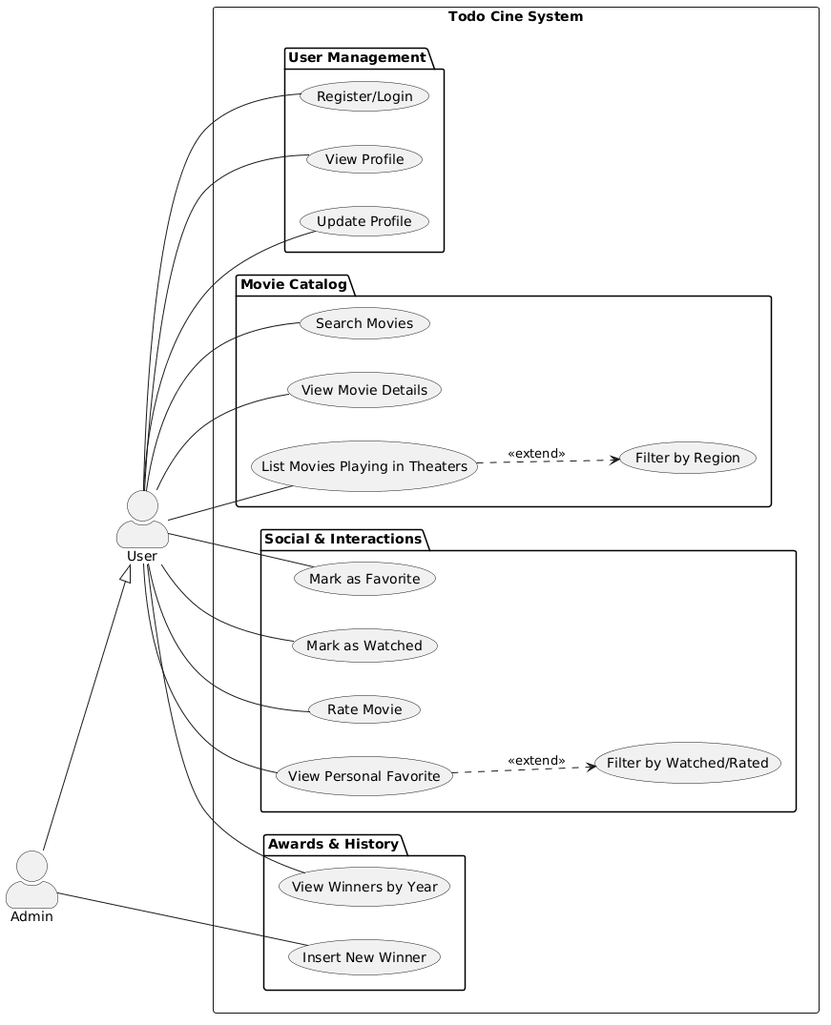
Before: src/main/resources/uml/case_use_diagram.png, a diagram exported from PlantUML (abeltran10/todocine_backend).
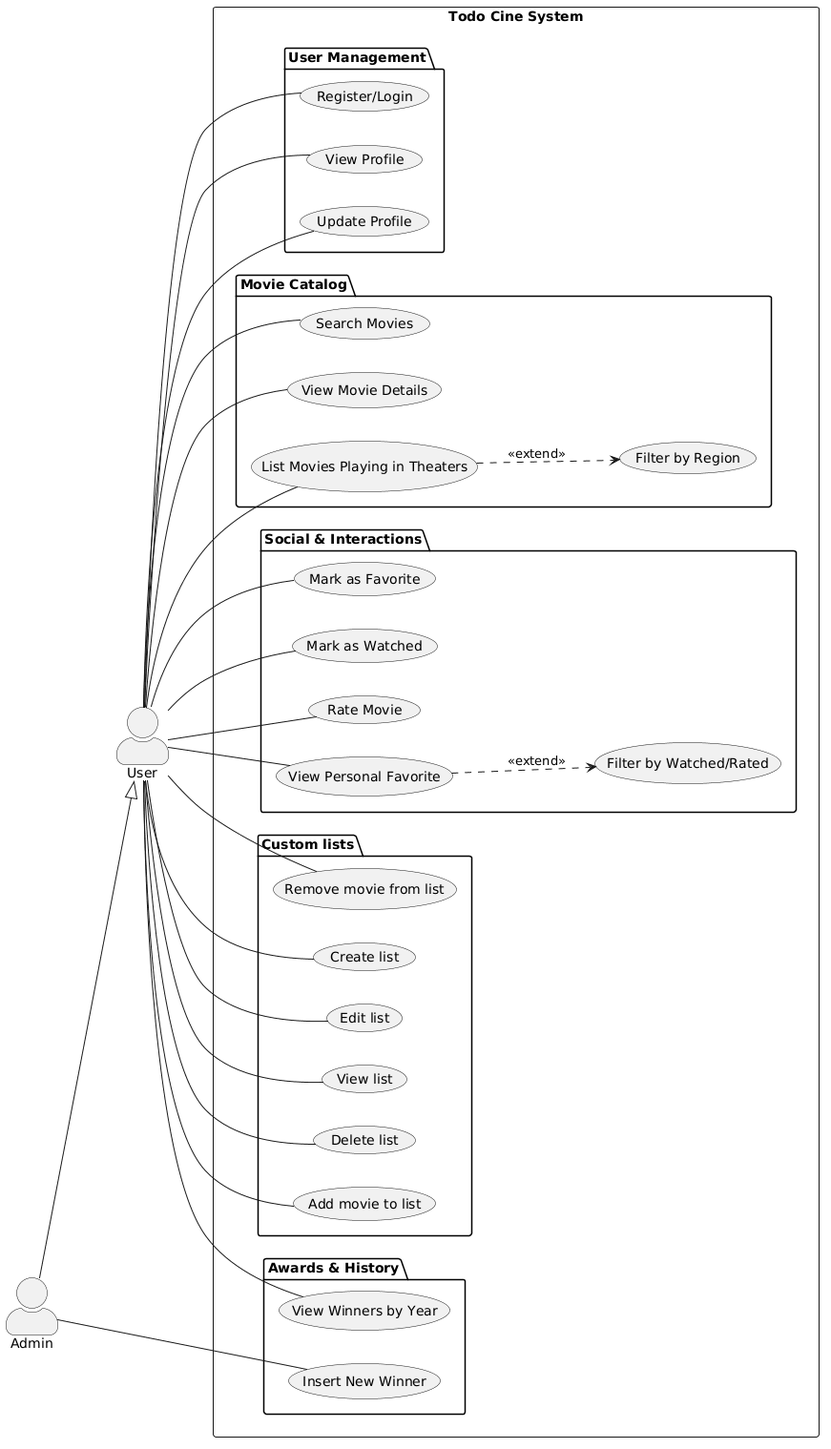
After the change.

Change to the diagram source:
```diff
@@ -33,6 +33,15 @@
         U -- (View Winners by Year)
         A -- (Insert New Winner)
     }
+
+    package "Custom lists" {
+        U -- (Create list)
+        U -- (Edit list)
+        U -- (View list)
+        U -- (Delete list)
+        U -- (Add movie to list)
+        U -- (Remove movie from list)
+    }
 }
 
 A --|> U
```
